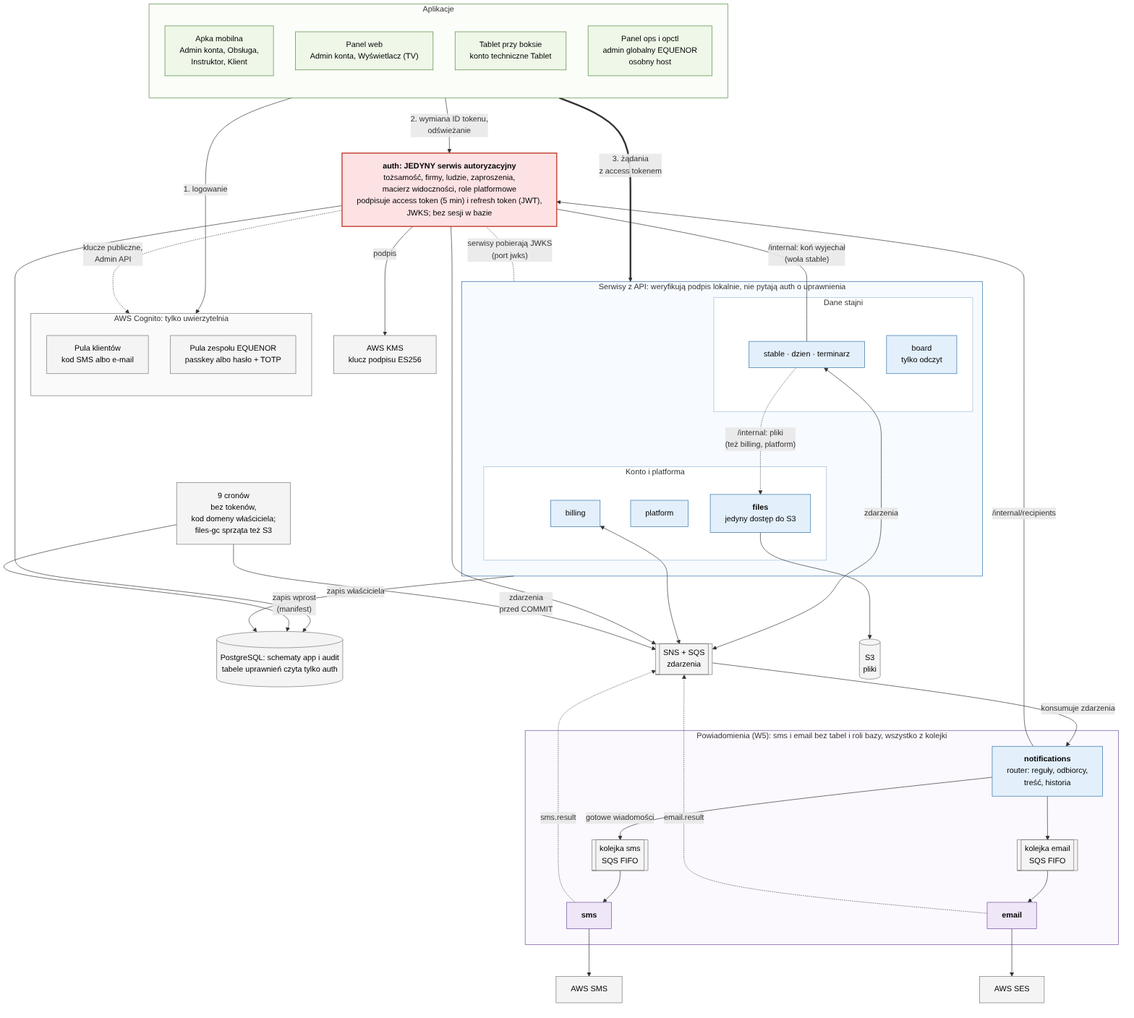
The Mermaid diagram docs/mikroserwisy/uslugi.png in ClewlerStudent/KonskaAppka, before a commit. Its source is kept beside it as docs/mikroserwisy/uslugi.mmd.
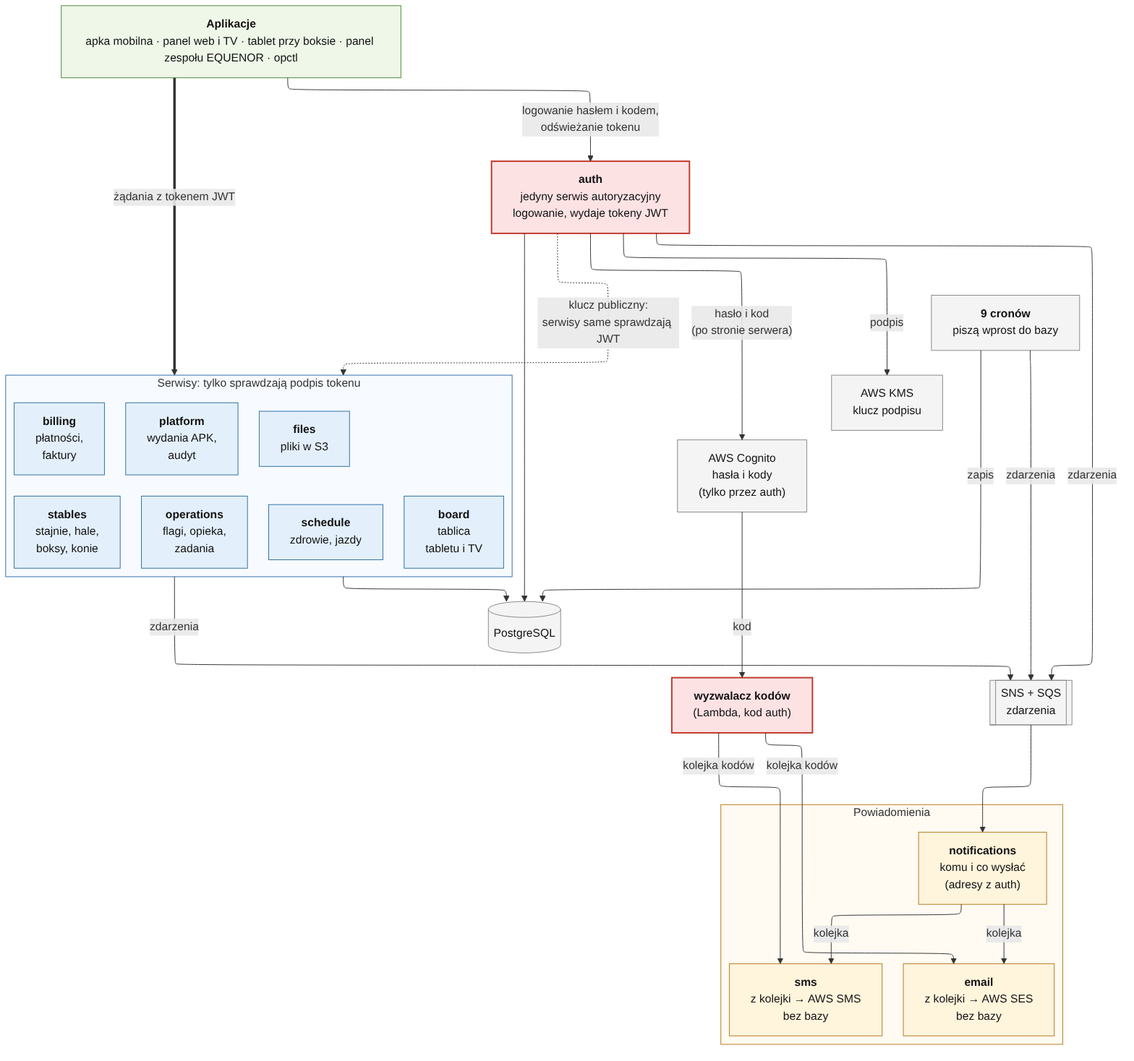
The same file after the commit.

Change to the diagram source:
```diff
@@ -1,9 +1,10 @@
 %%{init: {"flowchart": {"curve": "basis", "nodeSpacing": 30, "rankSpacing": 60, "wrappingWidth": 420}, "themeVariables": {"fontSize": "16px"}}}%%
 flowchart TB
-    APPS["<b>Aplikacje</b><br/>apka mobilna · panel web i TV · tablet przy boksie · panel zespołu EQUENOR"]
+    APPS["<b>Aplikacje</b><br/>apka mobilna · panel web i TV · tablet przy boksie · panel zespołu EQUENOR · opctl"]
 
-    COG["AWS Cognito<br/>kody SMS / e-mail<br/>(tylko przez auth)"]
+    COG["AWS Cognito<br/>hasła i kody<br/>(tylko przez auth)"]
     AUTH["<b>auth</b><br/>jedyny serwis autoryzacyjny<br/>logowanie, wydaje tokeny JWT"]
+    CODES["<b>wyzwalacz kodów</b><br/>(Lambda, kod auth)"]
     KMS["AWS KMS<br/>klucz podpisu"]
 
     subgraph DOM["Serwisy: tylko sprawdzają podpis tokenu"]
@@ -30,12 +31,13 @@
         email["<b>email</b><br/>z kolejki → AWS SES<br/>bez bazy"]
     end
 
-    APPS -- "1. logowanie kodem,<br/>odświeżanie tokenu" --> AUTH
-    AUTH -- "kod, weryfikacja" --> COG
-    APPS == "2. żądania z tokenem JWT" ==> DOM
+    APPS -- "logowanie hasłem i kodem,<br/>odświeżanie tokenu" --> AUTH
+    AUTH -- "hasło i kod<br/>(po stronie serwera)" --> COG
+    APPS == "żądania z tokenem JWT" ==> DOM
     AUTH -- "podpis" --> KMS
     AUTH -. "klucz publiczny:<br/>serwisy same sprawdzają JWT" .-> DOM
     AUTH --> DB
+    AUTH -- "zdarzenia" --> BUS
     DOM --> DB
     DOM -- "zdarzenia" --> BUS
     CRON -- "zapis" --> DB
@@ -43,13 +45,16 @@
     BUS --> notifications
     notifications -- "kolejka" --> sms
     notifications -- "kolejka" --> email
+    COG -- "kod" --> CODES
+    CODES -- "kolejka kodów" --> sms
+    CODES -- "kolejka kodów" --> email
 
     classDef authc fill:#fde2e4,stroke:#c0392b,stroke-width:2px,color:#111
     classDef svc fill:#e3f0fb,stroke:#2f6fa7,color:#111
     classDef ntf fill:#fff4dc,stroke:#b7791f,color:#111
     classDef cli fill:#eef7e8,stroke:#4f8a3a,color:#111
     classDef ext fill:#f4f4f4,stroke:#888,color:#111
-    class AUTH authc
+    class AUTH,CODES authc
     class stables,operations,schedule,board,billing,platform,files svc
     class notifications,sms,email ntf
     class APPS cli
```
